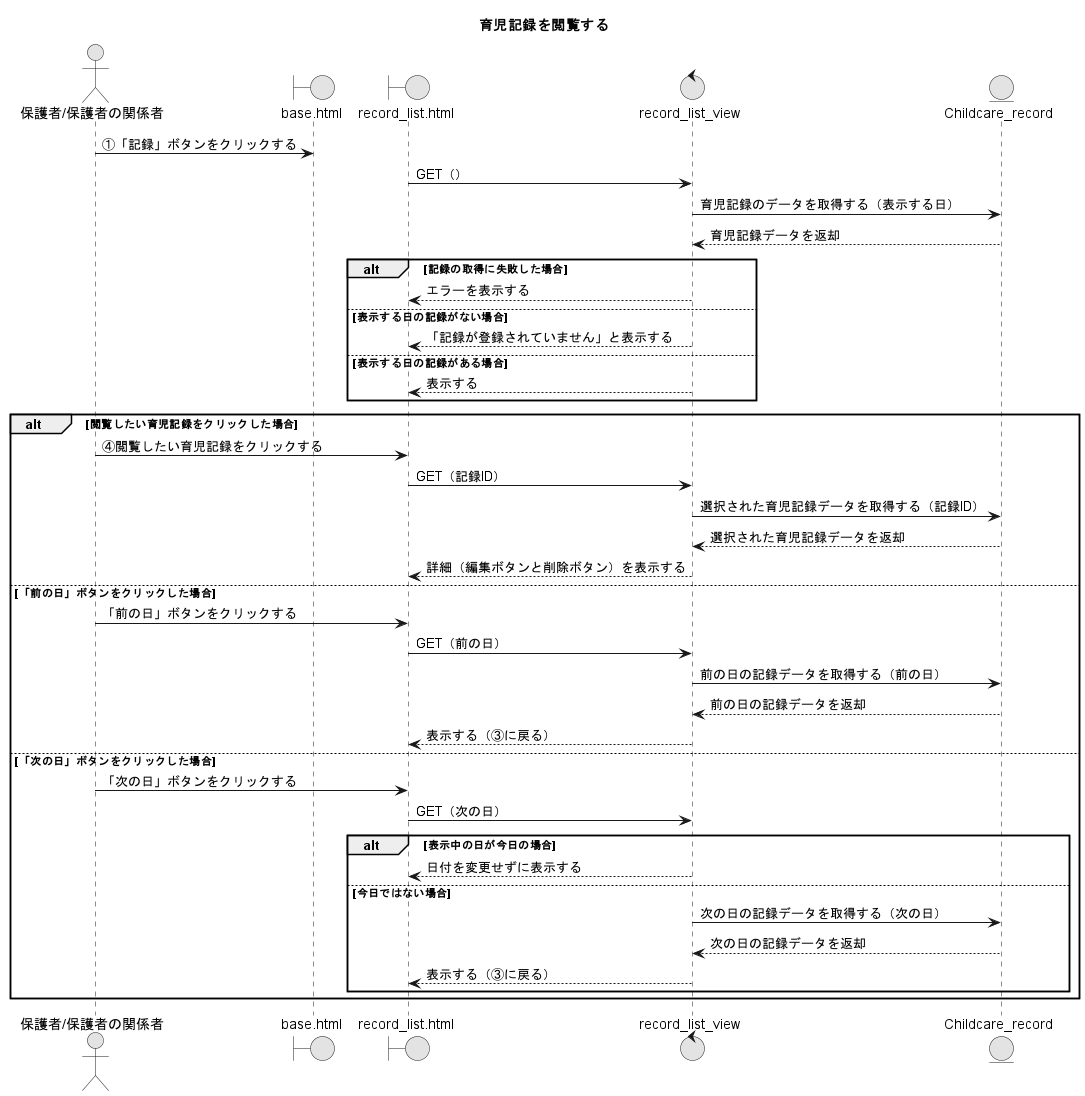
This is PNG/14_育児記録を閲覧する.png from Ma2naga190330/26_sotugyou_puml, a PlantUML export, as it was before one commit.
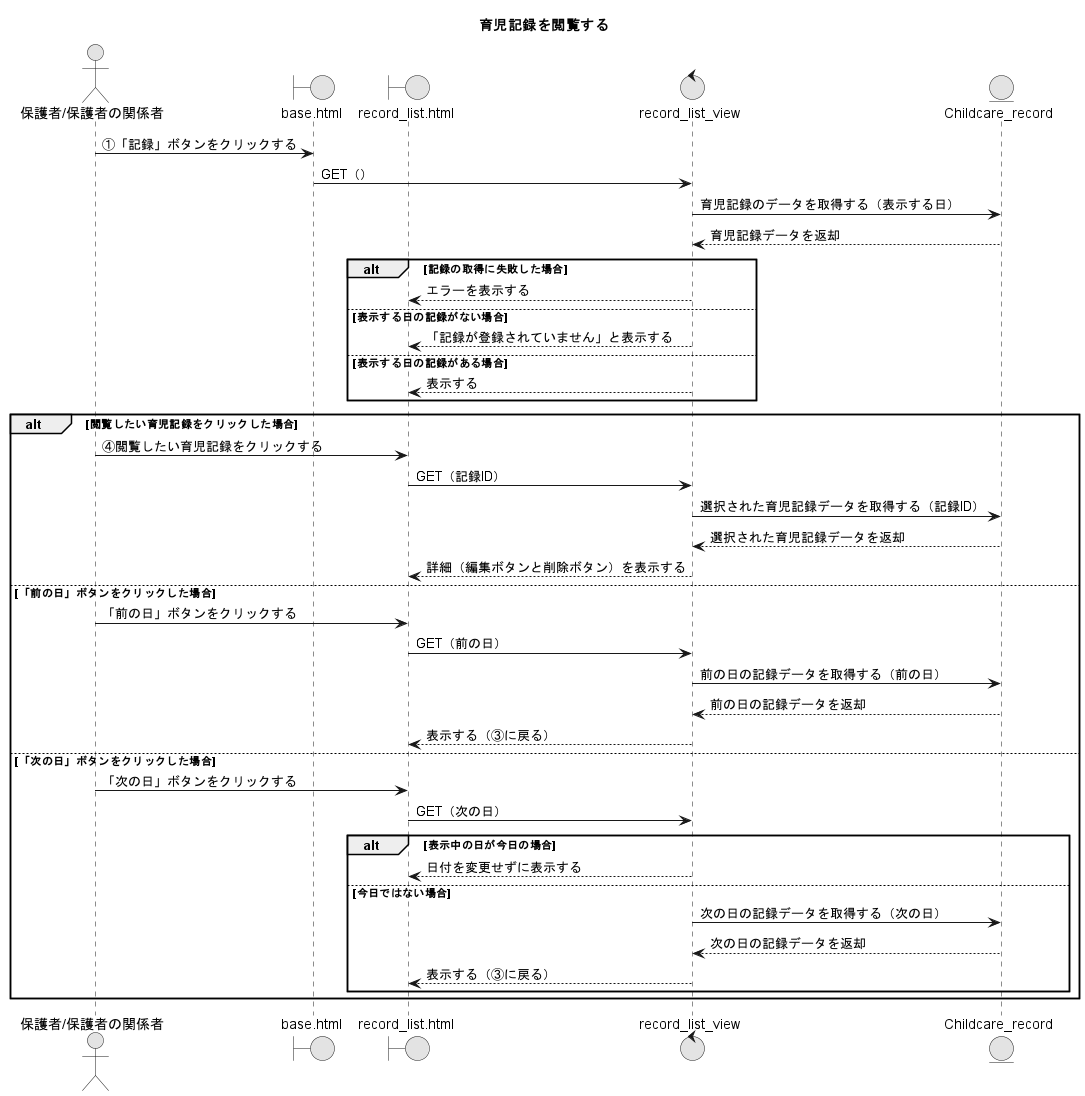
After the change.

Change to the diagram source:
```diff
@@ -10,7 +10,7 @@
 entity "Childcare_record" as CRM
 
 A -> BP : ①「記録」ボタンをクリックする
-RLP -> RLV : GET（）
+BP -> RLV : GET（）
 RLV -> CRM : 育児記録のデータを取得する（表示する日）
 RLV <-- CRM : 育児記録データを返却
 alt 記録の取得に失敗した場合
```
